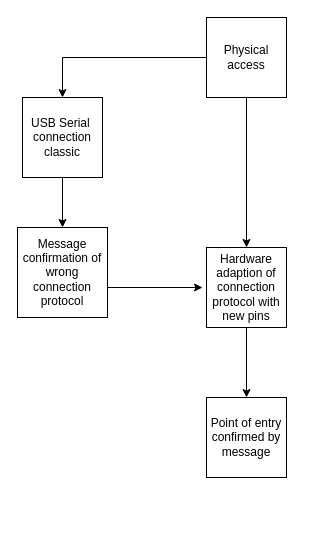
BNoteris/Arduino_hardware_hacking keeps this draw.io diagram as Attack tree.drawio. Above is the earlier version. Source tidied: cells renumbered, new cells numbered last; positions are measured from the earlier drawing's top-left corner, leaving out a move shared by most shapes. Both pictures are drawn from the tidied source at 100%, with x=0, y=0 at pixel (17, 17).
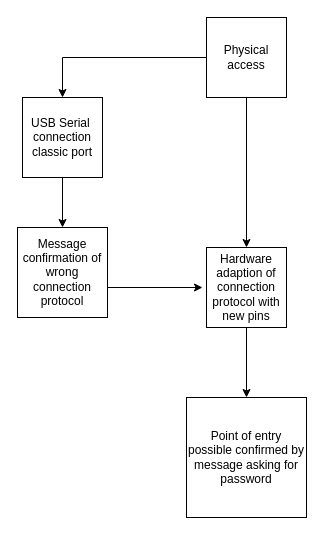
Above is the later version.

Commit message:
Mettre à jour Attack tree.drawio

The edit, as a diff of the source:
```diff
@@
 <mxGraphModel>
   <root>
     <mxCell id="0" />
     <mxCell id="1" parent="0" />
     <mxCell id="2" style="edgeStyle=orthogonalEdgeStyle;rounded=0;jettySize=auto;html=1;entryX=0.5;entryY=0;entryDx=0;entryDy=0;" parent="1" edge="1" source="4" target="11">
       <mxGeometry relative="1" as="geometry" />
     </mxCell>
     <mxCell id="3" style="edgeStyle=orthogonalEdgeStyle;rounded=0;jettySize=auto;html=1;entryX=0.5;entryY=0;entryDx=0;entryDy=0;" parent="1" edge="1" source="4" target="6">
       <mxGeometry relative="1" as="geometry" />
     </mxCell>
     <mxCell id="4" value="Physical access" style="whiteSpace=wrap;html=1;" parent="1" vertex="1">
       <mxGeometry x="189" width="80" height="80" as="geometry" />
     </mxCell>
     <mxCell id="5" style="edgeStyle=orthogonalEdgeStyle;rounded=0;jettySize=auto;html=1;" parent="1" edge="1" source="6" target="9">
       <mxGeometry relative="1" as="geometry" />
     </mxCell>
     <mxCell id="6" value="Hardware adaption of connection protocol with new pins" style="whiteSpace=wrap;html=1;" parent="1" vertex="1">
       <mxGeometry x="189" y="230" width="80" height="80" as="geometry" />
     </mxCell>
     <mxCell id="7" style="edgeStyle=orthogonalEdgeStyle;rounded=0;jettySize=auto;html=1;" parent="1" edge="1" source="8">
       <mxGeometry relative="1" as="geometry">
         <mxPoint x="185" y="270" as="targetPoint" />
         <Array as="points">
           <mxPoint x="185" y="270" />
         </Array>
       </mxGeometry>
     </mxCell>
     <mxCell id="8" value="Message confirmation of wrong connection protocol" style="whiteSpace=wrap;html=1;" parent="1" vertex="1">
       <mxGeometry y="210" width="90" height="90" as="geometry" />
     </mxCell>
-    <mxCell id="9" value="Point of entry confirmed by message" style="whiteSpace=wrap;html=1;" parent="1" vertex="1">
-      <mxGeometry x="189" y="380" width="80" height="80" as="geometry" />
+    <mxCell id="9" value="Point of entry possible confirmed by message asking for password" style="whiteSpace=wrap;html=1;" parent="1" vertex="1">
+      <mxGeometry x="169" y="380" width="120" height="120" as="geometry" />
     </mxCell>
     <mxCell id="10" style="edgeStyle=orthogonalEdgeStyle;rounded=0;jettySize=auto;html=1;entryX=0.5;entryY=0;entryDx=0;entryDy=0;" parent="1" edge="1" source="11" target="8">
       <mxGeometry relative="1" as="geometry" />
     </mxCell>
-    <mxCell id="11" value="USB Serial&amp;nbsp; connection classic" style="whiteSpace=wrap;html=1;" parent="1" vertex="1">
+    <mxCell id="11" value="USB Serial&amp;nbsp; connection classic port" style="whiteSpace=wrap;html=1;" parent="1" vertex="1">
       <mxGeometry x="5" y="80" width="80" height="80" as="geometry" />
     </mxCell>
   </root>
 </mxGraphModel>
```
